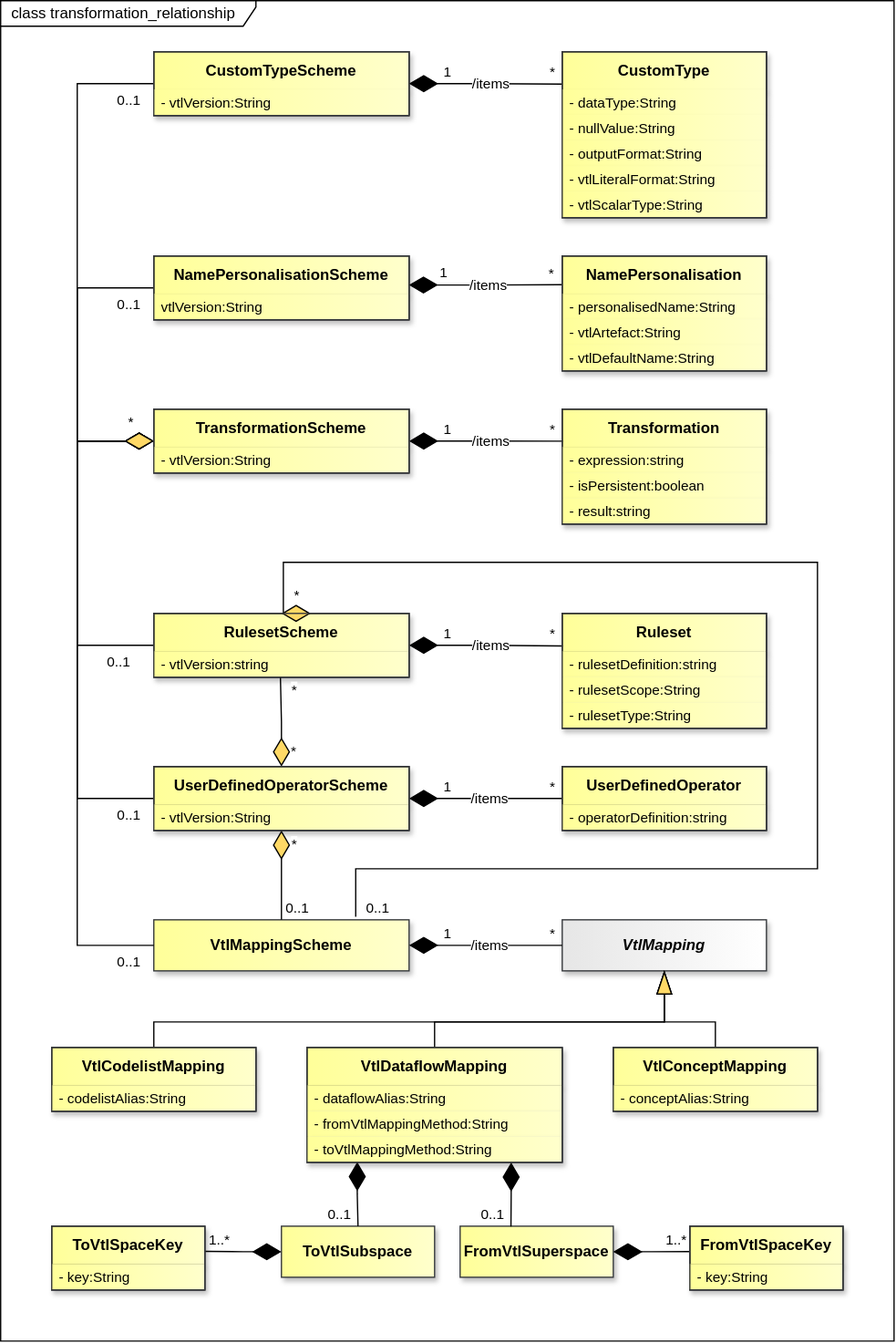
The draw.io diagram docs/information_model/media/sdmx_transformation-transformation-relationship.svg in sdmx-twg/sdmx-im, before a commit. Source tidied: cells renumbered, new cells last; positions are measured from the earlier drawing's top-left corner, leaving out a move shared by most shapes.
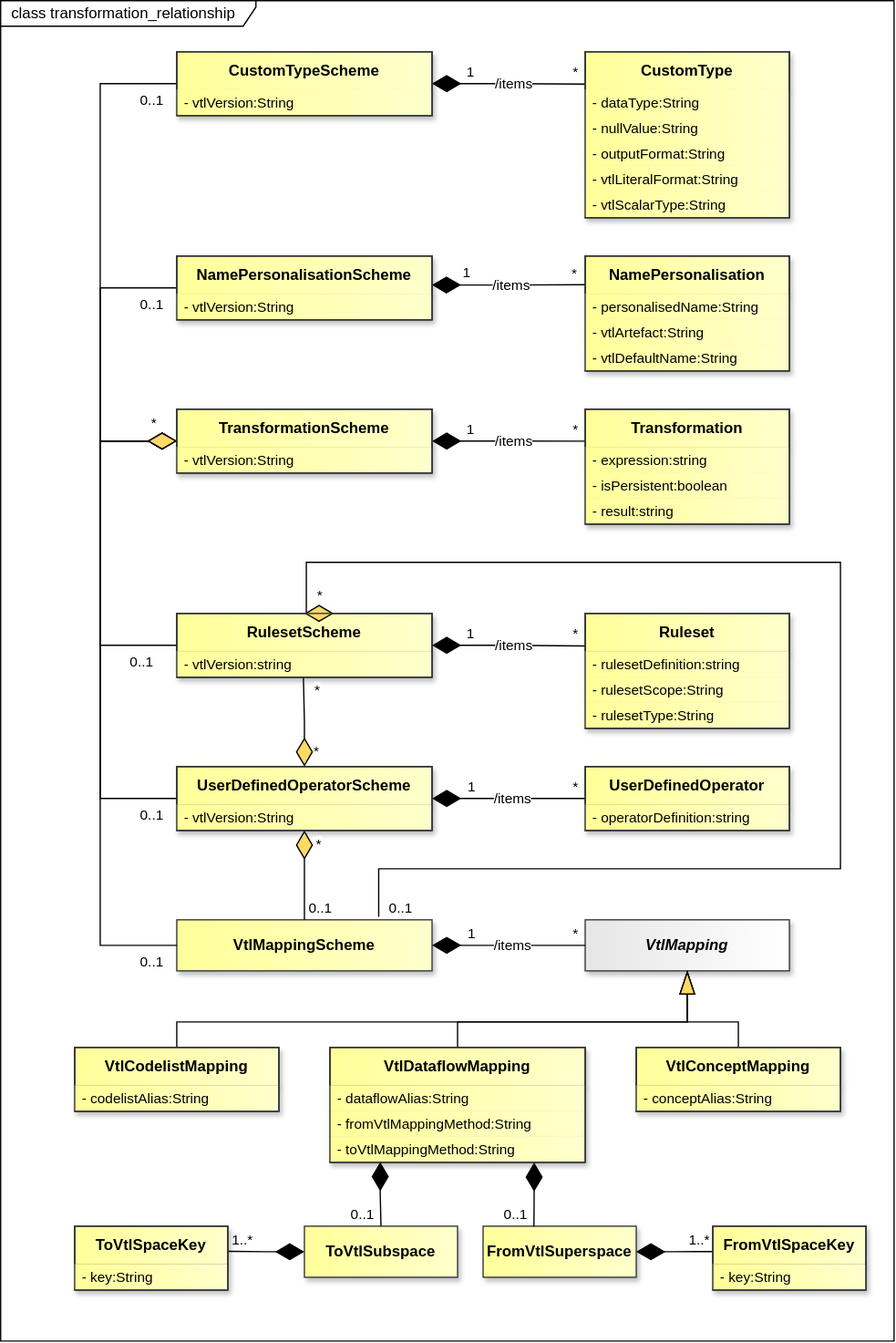
Above is the later version.

The edit, as a diff of the source:
```diff
@@ -3,7 +3,7 @@
     <mxCell id="0" />
     <mxCell id="1" parent="0" />
     <mxCell id="2" value="&amp;nbsp; class transformation_relationship" style="shape=umlFrame;whiteSpace=wrap;html=1;fillColor=light-dark(#FFFFFF,#121212);swimlaneFillColor=light-dark(#FFFFFF,#121212);width=200;height=20;align=left;" parent="1" vertex="1">
-      <mxGeometry width="700" height="1050" as="geometry" />
+      <mxGeometry x="-18" width="700" height="1050" as="geometry" />
     </mxCell>
     <mxCell id="3" style="endArrow=none;" parent="1" edge="1">
       <mxGeometry relative="1" as="geometry" />
@@ -17,7 +17,7 @@
     <mxCell id="6" value="NamePersonalisationScheme" style="swimlane;fontStyle=1;align=center;verticalAlign=middle;horizontal=1;startSize=30;whiteSpace=wrap;html=1;fillColor=light-dark(#FFFF99,#FFFF99);strokeColor=light-dark(#000000,#000000);gradientDirection=east;swimlaneLine=1;fontColor=light-dark(#000000,#000000);labelBackgroundColor=none;textShadow=0;gradientColor=light-dark(#FFFFCC,#FFFFCC);shadow=1;" parent="1" vertex="1">
       <mxGeometry x="120" y="200" width="200" height="50" as="geometry" />
     </mxCell>
-    <mxCell id="7" value="vtlVersion:String" style="text;strokeColor=none;fillColor=light-dark(#FFFF99,#FFFF99);align=left;verticalAlign=middle;spacingLeft=4;spacingRight=4;overflow=hidden;whiteSpace=wrap;html=1;fontFamily=Helvetica;fontSize=11;fontColor=light-dark(#000000,#000000);gradientColor=light-dark(#FFFFCC,#FFFFCC);gradientDirection=east;shadow=1;" parent="6" vertex="1">
+    <mxCell id="7" value="- vtlVersion:String" style="text;strokeColor=none;fillColor=light-dark(#FFFF99,#FFFF99);align=left;verticalAlign=middle;spacingLeft=4;spacingRight=4;overflow=hidden;whiteSpace=wrap;html=1;fontFamily=Helvetica;fontSize=11;fontColor=light-dark(#000000,#000000);gradientColor=light-dark(#FFFFCC,#FFFFCC);gradientDirection=east;shadow=1;" parent="6" vertex="1">
       <mxGeometry y="30" width="200" height="20" as="geometry" />
     </mxCell>
     <mxCell id="8" value="TransformationScheme" style="swimlane;fontStyle=1;align=center;verticalAlign=middle;horizontal=1;startSize=30;whiteSpace=wrap;html=1;fillColor=light-dark(#FFFF99,#FFFF99);strokeColor=light-dark(#000000,#000000);gradientDirection=east;swimlaneLine=1;fontColor=light-dark(#000000,#000000);labelBackgroundColor=none;textShadow=0;gradientColor=light-dark(#FFFFCC,#FFFFCC);shadow=1;" parent="1" vertex="1">
```
